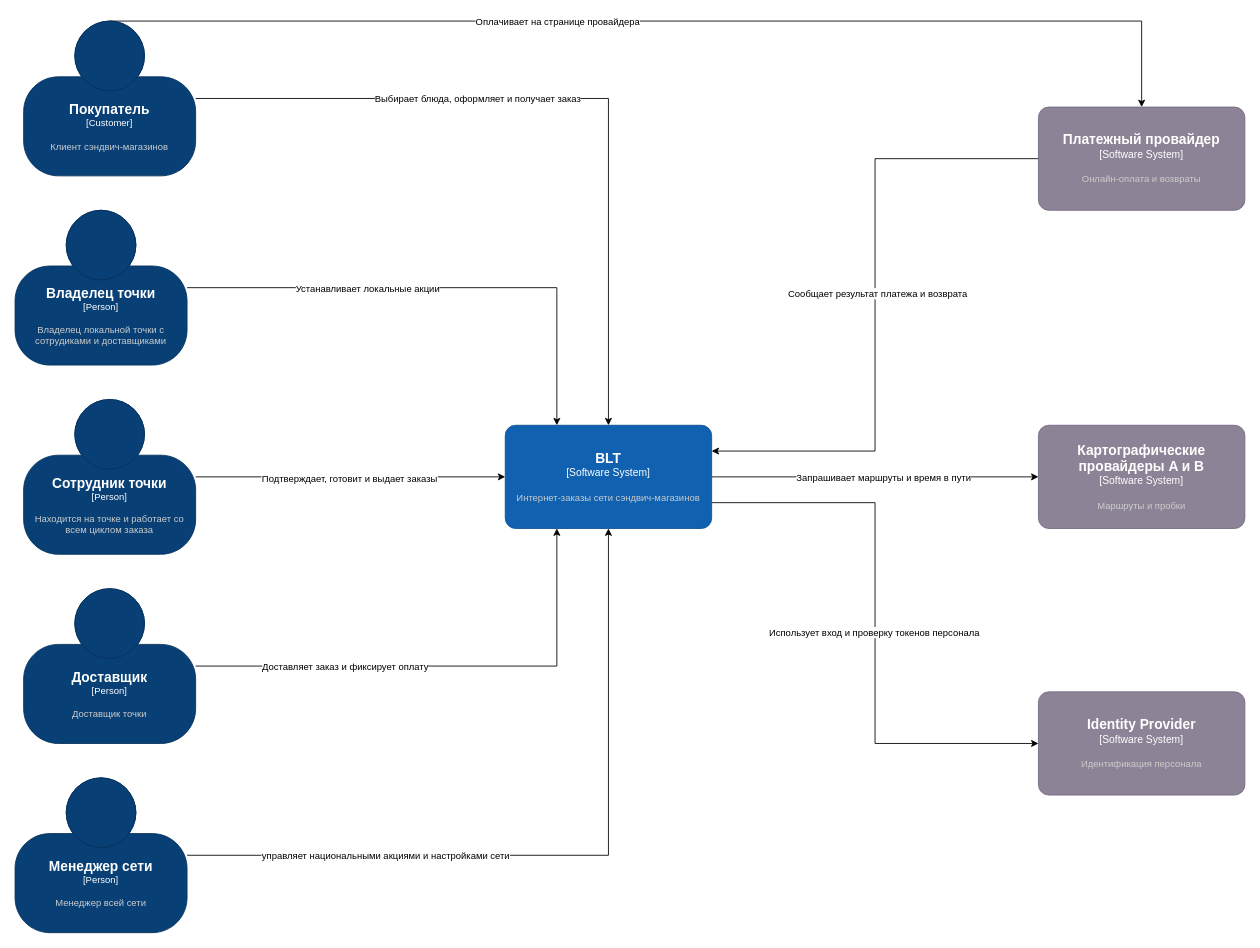
paulrozhkin/otus-microservices-homework keeps this draw.io diagram as homework-01/docs/diagrams/C4-Context-Diagram.drawio. Above is the earlier version. Source tidied: cells renumbered, new cells numbered last; positions are measured from the earlier drawing's top-left corner, leaving out a move shared by most shapes. Both pictures are drawn from the tidied source at 86%, with x=0, y=0 at pixel (15, 21).
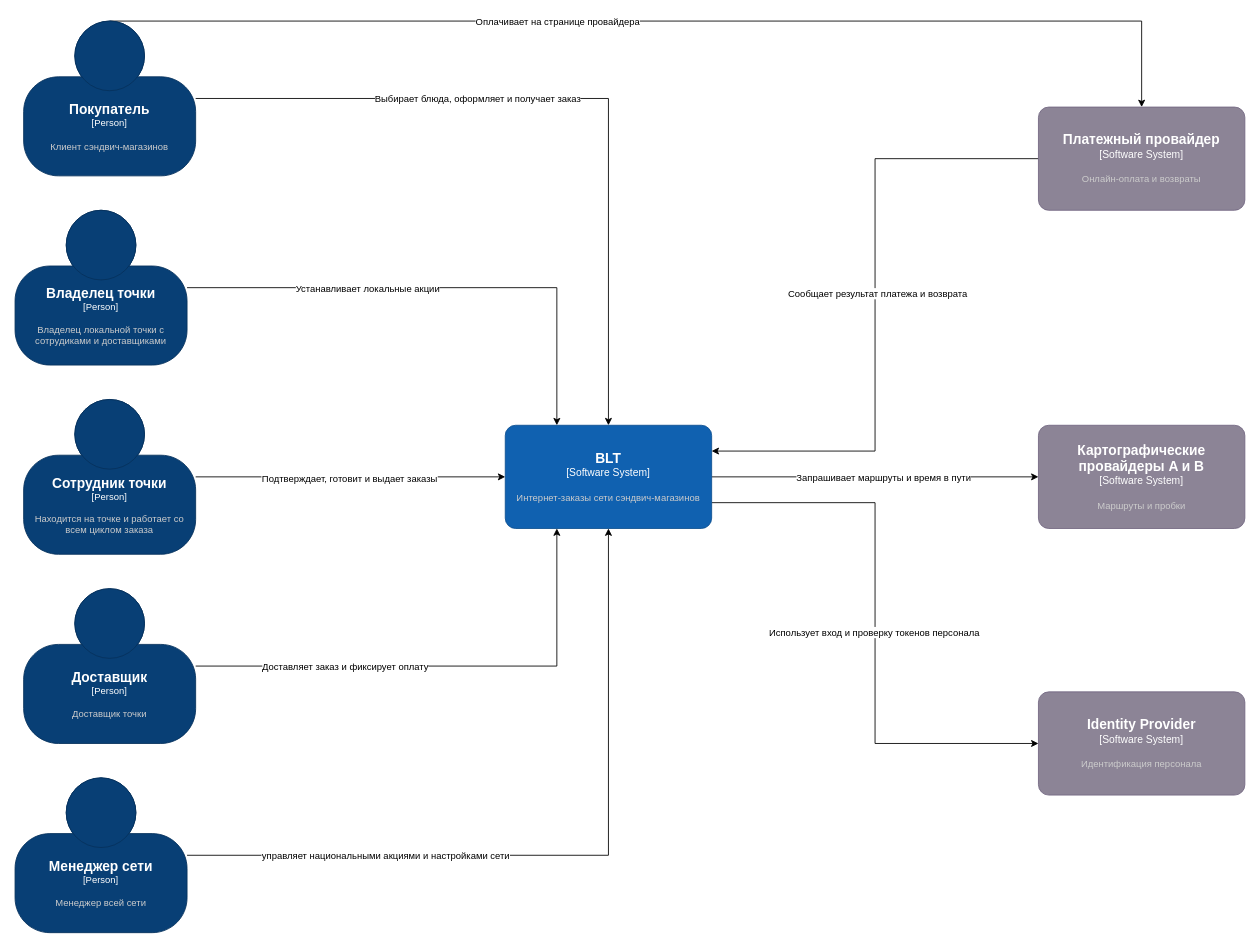
After the change.

What changed in the source:
```diff
@@
-    <object id="6" label="&lt;font style=&quot;font-size: 16px&quot;&gt;&lt;b&gt;%c4Name%&lt;/b&gt;&lt;/font&gt;&lt;div&gt;[%c4Type%]&lt;/div&gt;&lt;br&gt;&lt;div&gt;&lt;font style=&quot;font-size: 11px&quot;&gt;&lt;font color=&quot;#cccccc&quot;&gt;%c4Description%&lt;/font&gt;&lt;/div&gt;" c4Description="Клиент сэндвич-магазинов" c4Name="Покупатель" c4Type="Customer" placeholders="1">
+    <object id="6" label="&lt;font style=&quot;font-size: 16px&quot;&gt;&lt;b&gt;%c4Name%&lt;/b&gt;&lt;/font&gt;&lt;div&gt;[%c4Type%]&lt;/div&gt;&lt;br&gt;&lt;div&gt;&lt;font style=&quot;font-size: 11px&quot;&gt;&lt;font color=&quot;#cccccc&quot;&gt;%c4Description%&lt;/font&gt;&lt;/div&gt;" c4Description="Клиент сэндвич-магазинов" c4Name="Покупатель" c4Type="Person" placeholders="1">
       <mxCell style="html=1;fontSize=11;dashed=0;whiteSpace=wrap;fillColor=#083F75;strokeColor=#06315C;fontColor=#ffffff;shape=mxgraph.c4.person2;align=center;points=[[0.5,0,0],[1,0.5,0],[1,0.75,0],[0.75,1,0],[0.5,1,0],[0.25,1,0],[0,0.75,0],[0,0.5,0]];" parent="1" vertex="1">
         <mxGeometry x="10" width="200" height="180" as="geometry" />
       </mxCell>
     </object>
```
